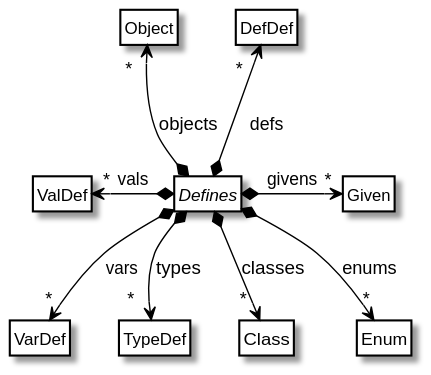
Earlier version of the PlantUML export out/scala-meta-model/sub/defines.meta/Defines.svg (tizuck/scala-uml-diagrams).
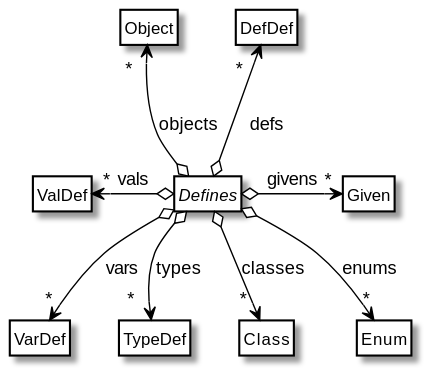
The same diagram one commit later.

Change to the diagram source:
```diff
@@ -5,14 +5,14 @@
     \n
 }
 
-Defines *--left> "*" ValDef : vals
-Defines *--up> " *  " DefDef : "\n defs"
-Defines *--> "*" VarDef : vars
-Defines *--> " *  " TypeDef : types
-Defines *--> "    \n*" Class : classes
-Defines *--> "\n*" Enum  : enums
-Defines *--up> " *  \n" Object : "\nobjects"
-Defines *--right> "*" Given : givens
+Defines o--left> "*" ValDef : vals
+Defines o--up> " *  " DefDef : "\n defs"
+Defines o--> "*" VarDef : vars
+Defines o--> " *  " TypeDef : types
+Defines o--> "    \n*" Class : classes
+Defines o--> "\n*" Enum  : enums
+Defines o--up> " *  \n" Object : "\nobjects"
+Defines o--right> "*" Given : givens
 
 hide circle
 hide members
```
